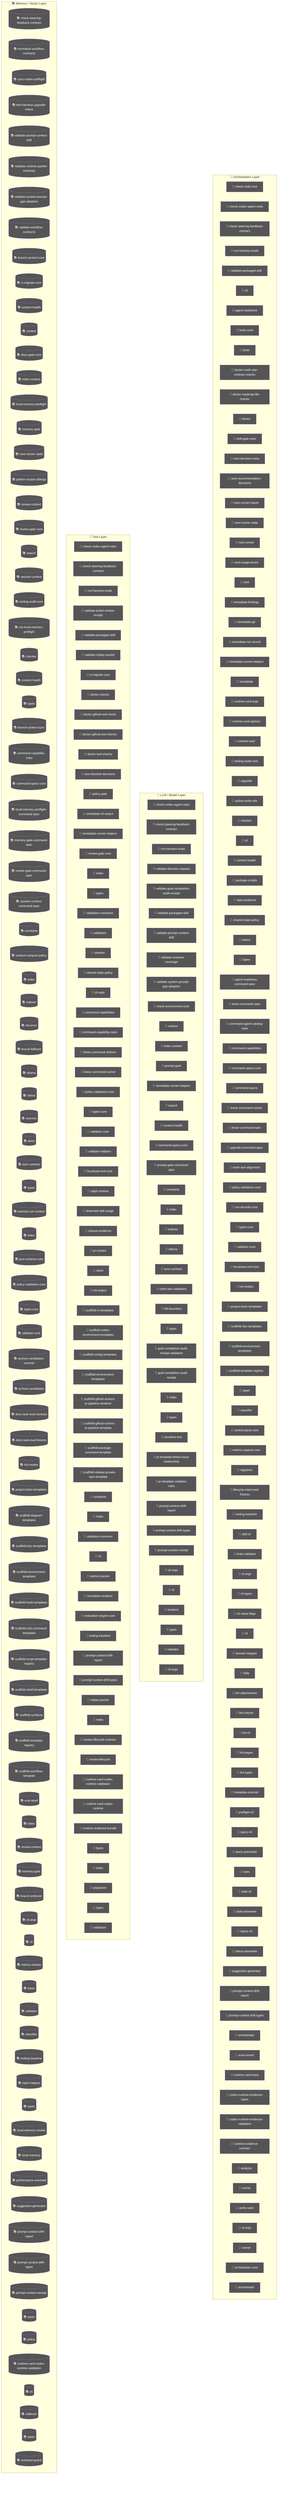
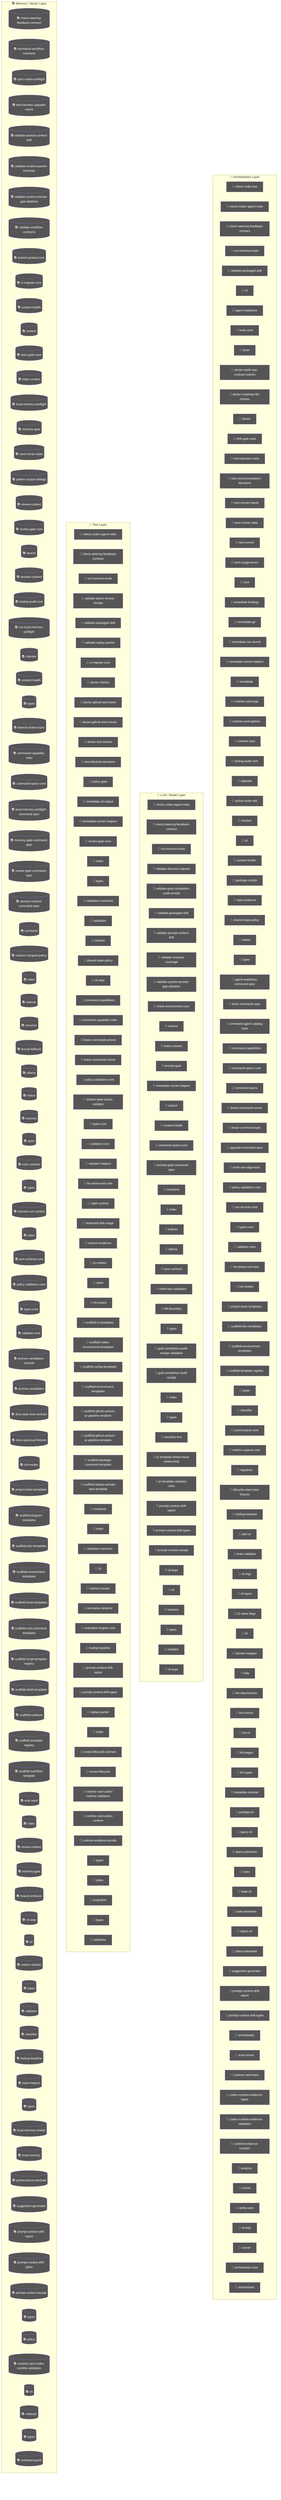
flowchart TD
  subgraph Orchestration["🎯 Orchestration Layer"]
    check_code_size_9c5efc3a["🤖 check-code-size"]
    node_agent_mmd_orchestration_layer_orchestration_chec_7a9f0b64["🤖 check-codex-agent-roles"]
    node_agent_mmd_orchestration_layer_orchestration_chec_7fd47f5c["🤖 check-steering-feedback-contract"]
    node_agent_mmd_orchestration_layer_orchestration_run__18817957["🤖 run-harness-evals"]
    node_agent_mmd_orchestration_layer_orchestration_vali_c01b04be["🤖 validate-packaged-skill"]
    cli_99bb8840["🤖 cli"]
    agent_readiness_c82c68e6["🤖 agent-readiness"]
    brain_core_aa07c380["🤖 brain-core"]
    brain_bbbf7a64["🤖 brain"]
    doctor_north_star_contract_checks_0048124c["🤖 doctor-north-star-contract-checks"]
    doctor_roadmap_file_checks_14447b8e["🤖 doctor-roadmap-file-checks"]
    doctor_72f4be89["🤖 doctor"]
    drift_gate_rules_9685e72d["🤖 drift-gate-rules"]
    next_decision_meta_c58bc91b["🤖 next-decision-meta"]
    next_recommendation_decisions_03315dd4["🤖 next-recommendation-decisions"]
    next_runner_inputs_754dba64["🤖 next-runner-inputs"]
    node_agent_mmd_orchestration_layer_orchestration_next_5393fba1["🤖 next-runner-state"]
    next_runner_41643472["🤖 next-runner"]
    next_usage_errors_837a345a["🤖 next-usage-errors"]
    next_c6c1c9a9["🤖 next"]
    remediate_findings_8b09c8c6["🤖 remediate-findings"]
    remediate_git_58c6f6f4["🤖 remediate-git"]
    remediate_run_record_9dfe5dc1["🤖 remediate-run-record"]
    node_agent_mmd_orchestration_layer_orchestration_reme_359fe98f["🤖 remediate-runner-helpers"]
    remediate_06b9c7fc["🤖 remediate"]
    runtime_card_args_2b3d4b28["🤖 runtime-card-args"]
    runtime_card_options_c9156ad5["🤖 runtime-card-options"]
    runtime_card_e06b53e1["🤖 runtime-card"]
    node_agent_mmd_orchestration_layer_orchestration_tool_acfe0c01["🤖 tooling-audit-core"]
    upgrade_7fef9479["🤖 upgrade"]
    active_route_refs_d7a46846["🤖 active-route-refs"]
    node_agent_mmd_orchestration_layer_orchestration_chec_0550c395["🤖 checker"]
    cli_1_084e05fe["🤖 cli"]
    node_agent_mmd_orchestration_layer_orchestration_cont_61b3b9c9["🤖 context-health"]
    package_scripts_3ee6150f["🤖 package-scripts"]
    repo_evidence_38bb1de5["🤖 repo-evidence"]
    node_agent_mmd_orchestration_layer_orchestration_shar_724ef5f0["🤖 shared-state-policy"]
    status_073c1634["🤖 status"]
    node_agent_mmd_orchestration_layer_orchestration_type_4f906dcc["🤖 types"]
    agent_readiness_command_spec_a30c2c1e["🤖 agent-readiness-command-spec"]
    brain_command_spec_15b122d5["🤖 brain-command-spec"]
    command_agent_catalog_rules_8e06b2af["🤖 command-agent-catalog-rules"]
    node_agent_mmd_orchestration_layer_orchestration_comm_6e41a7f7["🤖 command-capabilities"]
    node_agent_mmd_orchestration_layer_orchestration_comm_1f8cc24c["🤖 command-specs-core"]
    command_specs_69167c63["🤖 command-specs"]
    node_agent_mmd_orchestration_layer_orchestration_line_b67affd5["🤖 linear-command-runner"]
    linear_command_spec_1e12dd44["🤖 linear-command-spec"]
    upgrade_command_spec_03f6c7bd["🤖 upgrade-command-spec"]
    north_star_alignment_00440188["🤖 north-star-alignment"]
    node_agent_mmd_orchestration_layer_orchestration_poli_3270b55d["🤖 policy-validators-core"]
    run_records_core_89286dfa["🤖 run-records-core"]
    node_agent_mmd_orchestration_layer_orchestration_type_7cf81261["🤖 types-core"]
    node_agent_mmd_orchestration_layer_orchestration_vali_d9fe99e6["🤖 validator-core"]
    node_agent_mmd_orchestration_layer_orchestration_he_p_fc778c24["🤖 he-phase-exit-core"]
    node_agent_mmd_orchestration_layer_orchestration_init_2a9c3ecb["🤖 init-modes"]
    node_agent_mmd_orchestration_layer_orchestration_proj_6ab6f60f["🤖 project-brain-templates"]
    node_agent_mmd_orchestration_layer_orchestration_scaf_12cc07db["🤖 scaffold-doc-templates"]
    node_agent_mmd_orchestration_layer_orchestration_scaf_c9a90c2f["🤖 scaffold-environment-templates"]
    node_agent_mmd_orchestration_layer_orchestration_scaf_ff8f92f6["🤖 scaffold-template-registry"]
    types_16_0fae1112["🤖 types"]
    node_agent_mmd_orchestration_layer_orchestration_clas_899b821a["🤖 classifier"]
    control_plane_core_db3b4cb2["🤖 control-plane-core"]
    metrics_capture_core_db4bf7cf["🤖 metrics-capture-core"]
    registries_06402afa["🤖 registries"]
    lifecycle_intent_test_fixtures_a53c7ada["🤖 lifecycle-intent-test-fixtures"]
    node_agent_mmd_orchestration_layer_orchestration_tool_cc43149f["🤖 tooling-baseline"]
    add_cli_7614de25["🤖 add-cli"]
    brain_validator_be251832["🤖 brain-validator"]
    cli_args_8_d546936e["🤖 cli-args"]
    cli_types_1686e858["🤖 cli-types"]
    cli_value_flags_732a8e43["🤖 cli-value-flags"]
    cli_10_35dc8cbd["🤖 cli"]
    domain_mapper_cd9333d2["🤖 domain-mapper"]
    help_106a5842["🤖 help"]
    lint_attachments_873c0632["🤖 lint-attachments"]
    lint_checks_83522b19["🤖 lint-checks"]
    lint_cli_9ec62ec0["🤖 lint-cli"]
    lint_pages_e33301d0["🤖 lint-pages"]
    lint_types_2862c255["🤖 lint-types"]
    metadata_scanner_6a101b66["🤖 metadata-scanner"]
    preflight_cli_5d148379["🤖 preflight-cli"]
    query_cli_b95be64d["🤖 query-cli"]
    query_presenter_02e6077c["🤖 query-presenter"]
    rules_6c621d1a["🤖 rules"]
    stale_cli_64548720["🤖 stale-cli"]
    stale_presenter_1de4e3a2["🤖 stale-presenter"]
    status_cli_4c24a0d6["🤖 status-cli"]
    status_presenter_8de686c1["🤖 status-presenter"]
    node_agent_mmd_orchestration_layer_orchestration_sugg_85c5ebe3["🤖 suggestion-generator"]
    node_agent_mmd_orchestration_layer_orchestration_prom_d17b4de2["🤖 prompt-context-drift-report"]
    node_agent_mmd_orchestration_layer_orchestration_prom_77088997["🤖 prompt-context-drift-types"]
    orchestrator_11376b7e["🤖 orchestrator"]
    eval_runner_0966a6b3["🤖 eval-runner"]
    runtime_card_trace_64a5ca95["🤖 runtime-card-trace"]
    codex_runtime_evidence_types_f55808dd["🤖 codex-runtime-evidence-types"]
    codex_runtime_evidence_validation_d060a92d["🤖 codex-runtime-evidence-validation"]
    runtime_evidence_contract_0f7b15b2["🤖 runtime-evidence-contract"]
    analysis_f44e85c4["🤖 analysis"]
    runner_527aa9f4["🤖 runner"]
    verify_work_1_cd8e7ec3["🤖 verify-work"]
    cli_args_14_3481043e["🤖 cli-args"]
    runner_1_6f281bf8["🤖 runner"]
    orchestrator_core_d0678b53["🤖 orchestrator-core"]
    orchestrator_1_6b7137c5["🤖 orchestrator"]
  end
  subgraph LLMLayer["🧠 LLM / Model Layer"]
    node_agent_mmd_llm_model_layer_llmlayer_check_codex_a_29e7b7fa["💡 check-codex-agent-roles"]
    node_agent_mmd_llm_model_layer_llmlayer_check_steerin_0e1bf90d["💡 check-steering-feedback-contract"]
    node_agent_mmd_llm_model_layer_llmlayer_run_harness_e_603fcfdc["💡 run-harness-evals"]
    validate_decision_request_2e5c325e["💡 validate-decision-request"]
    validate_goal_completion_audit_receipt_100d252c["💡 validate-goal-completion-audit-receipt"]
    node_agent_mmd_llm_model_layer_llmlayer_validate_pack_2a12e1f4["💡 validate-packaged-skill"]
    node_agent_mmd_llm_model_layer_llmlayer_validate_prom_9880f764["💡 validate-prompt-context-drift"]
    validate_reviewer_coverage_251efee3["💡 validate-reviewer-coverage"]
    node_agent_mmd_llm_model_layer_llmlayer_validate_syst_5636156e["💡 validate-system-prompt-gap-adoption"]
    check_environment_core_2c16213f["💡 check-environment-core"]
    node_agent_mmd_llm_model_layer_llmlayer_context_conte_ad2dfbd9["💡 context"]
    node_agent_mmd_llm_model_layer_llmlayer_index_context_1041bd11["💡 index-context"]
    prompt_gate_c5e9d207["💡 prompt-gate"]
    node_agent_mmd_llm_model_layer_llmlayer_remediate_run_9e3d4585["💡 remediate-runner-helpers"]
    node_agent_mmd_llm_model_layer_llmlayer_search_search_66b9a911["💡 search"]
    node_agent_mmd_llm_model_layer_llmlayer_context_healt_cfc0bfa8["💡 context-health"]
    node_agent_mmd_llm_model_layer_llmlayer_command_specs_782af9fa["💡 command-specs-core"]
    prompt_gate_command_spec_9a941482["💡 prompt-gate-command-spec"]
    node_agent_mmd_llm_model_layer_llmlayer_constants_con_c9bd3f6c["💡 constants"]
    node_agent_mmd_llm_model_layer_llmlayer_index_index_1_02e160ff["💡 index"]
    node_agent_mmd_llm_model_layer_llmlayer_indexer_index_4f4deef5["💡 indexer"]
    node_agent_mmd_llm_model_layer_llmlayer_ollama_ollama_968b23fa["💡 ollama"]
    node_agent_mmd_llm_model_layer_llmlayer_sync_contract_9f3cc8c1["💡 sync-contract"]
    north_star_validators_cfc926ce["💡 north-star-validators"]
    hilt_boundary_9b36fb15["💡 hilt-boundary"]
    types_10_75e5a4a0["💡 types"]
    goal_completion_audit_receipt_validation_9d0f4891["💡 goal-completion-audit-receipt-validation"]
    goal_completion_audit_receipt_5e4939c3["💡 goal-completion-audit-receipt"]
    index_5_522f772a["💡 index"]
    node_agent_mmd_llm_model_layer_llmlayer_constants_con_c9bd3f6c["💡 constants"]
    types_17_ed30531c["💡 types"]
    sensitive_text_7c11f760["💡 sensitive-text"]
    pr_template_linked_issue_relationship_a7b61f2c["💡 pr-template-linked-issue-relationship"]
    pr_template_validator_rules_20a32d6b["💡 pr-template-validator-rules"]
    node_agent_mmd_llm_model_layer_llmlayer_index_index_1_02e160ff["💡 index"]
    node_agent_mmd_llm_model_layer_llmlayer_prompt_contex_81f9066a["💡 prompt-context-drift-report"]
    node_agent_mmd_llm_model_layer_llmlayer_prompt_contex_e5066b88["💡 prompt-context-drift-types"]
    node_agent_mmd_llm_model_layer_llmlayer_index_index_1_02e160ff["💡 index"]
    node_agent_mmd_llm_model_layer_llmlayer_prompt_contex_6426acc2["💡 prompt-context-receipt"]
    cli_args_9_9c136878["💡 cli-args"]
    cli_11_338a8415["💡 cli"]
    sections_4697ef32["💡 sections"]
    types_27_4d134744["💡 types"]
    validator_7_f836eb0e["💡 validator"]
    cli_args_10_861cdd3f["💡 cli-args"]
  end
  subgraph ToolLayer["🔧 Tool Layer"]
    node_agent_mmd_tool_layer_toollayer_check_codex_agent_4b361d5a["🔧 check-codex-agent-roles"]
    node_agent_mmd_tool_layer_toollayer_check_steering_fe_eafecf3a["🔧 check-steering-feedback-contract"]
    node_agent_mmd_tool_layer_toollayer_run_harness_evals_e2ee24f1["🔧 run-harness-evals"]
    validate_action_review_receipt_fa2f06c3["🔧 validate-action-review-receipt"]
    node_agent_mmd_tool_layer_toollayer_validate_packaged_2855c827["🔧 validate-packaged-skill"]
    validate_replay_packet_f309747e["🔧 validate-replay-packet"]
    node_agent_mmd_tool_layer_toollayer_ci_migrate_core_c_049f8460["🔧 ci-migrate-core"]
    doctor_checks_5a2eb2b9["🔧 doctor-checks"]
    doctor_github_tool_check_e0a938df["🔧 doctor-github-tool-check"]
    doctor_github_tool_checks_a53b0382["🔧 doctor-github-tool-checks"]
    doctor_tool_checks_4acac51a["🔧 doctor-tool-checks"]
    next_blocked_decisions_4140ad2b["🔧 next-blocked-decisions"]
    policy_gate_213f7313["🔧 policy-gate"]
    remediate_cli_output_cc165396["🔧 remediate-cli-output"]
    node_agent_mmd_tool_layer_toollayer_remediate_runner__c003b871["🔧 remediate-runner-helpers"]
    node_agent_mmd_tool_layer_toollayer_review_gate_core__7704598b["🔧 review-gate-core"]
    index_1bc04b52["🔧 index"]
    types_1_4ecdf56e["🔧 types"]
    validation_constants_e002a0f6["🔧 validation-constants"]
    validation_98c41dcd["🔧 validation"]
    node_agent_mmd_tool_layer_toollayer_checker_checker_2_453d593b["🔧 checker"]
    node_agent_mmd_tool_layer_toollayer_shared_state_poli_53734acd["🔧 shared-state-policy"]
    cli_args_1_6144b055["🔧 cli-args"]
    node_agent_mmd_tool_layer_toollayer_command_capabilit_7fe13db1["🔧 command-capabilities"]
    node_agent_mmd_tool_layer_toollayer_command_capabilit_e97a4615["🔧 command-capability-rules"]
    linear_command_actions_e430f4f4["🔧 linear-command-actions"]
    node_agent_mmd_tool_layer_toollayer_linear_command_ru_d6763748["🔧 linear-command-runner"]
    node_agent_mmd_tool_layer_toollayer_policy_validators_af136abf["🔧 policy-validators-core"]
+     shared_state_action_validator_e7b128cd["🔧 shared-state-action-validator"]
    node_agent_mmd_tool_layer_toollayer_types_core_types__6c8319b6["🔧 types-core"]
    node_agent_mmd_tool_layer_toollayer_validator_core_va_6ef6131f["🔧 validator-core"]
    validator_helpers_7b927667["🔧 validator-helpers"]
    node_agent_mmd_tool_layer_toollayer_he_phase_exit_cor_af016160["🔧 he-phase-exit-core"]
    ralph_runtime_73d63c0e["🔧 ralph-runtime"]
    observed_skill_usage_ed7d5930["🔧 observed-skill-usage"]
    closure_evidence_aaa31467["🔧 closure-evidence"]
    pr_creator_dc6b1ea4["🔧 pr-creator"]
    client_948fe603["🔧 client"]
    init_output_360dce91["🔧 init-output"]
    scaffold_ci_templates_2afd6392["🔧 scaffold-ci-templates"]
    scaffold_codex_environment_templates_334fbbed["🔧 scaffold-codex-environment-templates"]
    scaffold_config_templates_4b80ce53["🔧 scaffold-config-templates"]
    node_agent_mmd_tool_layer_toollayer_scaffold_environm_c1afc013["🔧 scaffold-environment-templates"]
    scaffold_github_actions_pr_pipeline_renderer_1ee18de5["🔧 scaffold-github-actions-pr-pipeline-renderer"]
    scaffold_github_actions_pr_pipeline_template_e2b85f62["🔧 scaffold-github-actions-pr-pipeline-template"]
    scaffold_package_command_template_80e32e83["🔧 scaffold-package-command-template"]
    scaffold_release_private_npm_template_075499f8["🔧 scaffold-release-private-npm-template"]
    node_agent_mmd_tool_layer_toollayer_constants_constan_9d71b829["🔧 constants"]
    index_9_32dd4d91["🔧 index"]
    validation_common_6161e48b["🔧 validation-common"]
    node_agent_mmd_tool_layer_toollayer_cli_cli_2_1_32d9eeaf["🔧 cli"]
    node_agent_mmd_tool_layer_toollayer_metrics_tracker_m_4c9237d8["🔧 metrics-tracker"]
    normalise_renderer_85f2e563["🔧 normalise-renderer"]
    evaluation_engine_core_e054fe49["🔧 evaluation-engine-core"]
    node_agent_mmd_tool_layer_toollayer_tooling_baseline__61e66e9f["🔧 tooling-baseline"]
    node_agent_mmd_tool_layer_toollayer_prompt_context_dr_a2772f2b["🔧 prompt-context-drift-report"]
    node_agent_mmd_tool_layer_toollayer_prompt_context_dr_bd82da46["🔧 prompt-context-drift-types"]
    replay_packet_a1293f88["🔧 replay-packet"]
    index_14_d982116c["🔧 index"]
    review_lifecycle_contract_e5447221["🔧 review-lifecycle-contract"]
    review_lifecycle_89afa64c["🔧 review-lifecycle"]
    node_agent_mmd_tool_layer_toollayer_runtime_card_code_3636ceac["🔧 runtime-card-codex-runtime-validation"]
    runtime_card_codex_runtime_0655e230["🔧 runtime-card-codex-runtime"]
    runtime_evidence_bundle_d471a232["🔧 runtime-evidence-bundle"]
    types_36_674380ec["🔧 types"]
    index_17_642943a2["🔧 index"]
    projection_1b250ea1["🔧 projection"]
    types_38_e8efcd57["🔧 types"]
    validation_7_c4e6d8b6["🔧 validation"]
  end
  subgraph MemoryLayer["📚 Memory / Vector Layer"]
    node_agent_mmd_memory_vector_layer_memorylayer_check__64c86928[("📚 check-steering-feedback-contract")]
    normalize_workflow_contracts_8701f1c8[("📚 normalize-workflow-contracts")]
    sync_codex_preflight_7e7a8dc2[("📚 sync-codex-preflight")]
    test_harness_upgrade_matrix_84113c4e[("📚 test-harness-upgrade-matrix")]
    node_agent_mmd_memory_vector_layer_memorylayer_valida_c52c4db8[("📚 validate-prompt-context-drift")]
    validate_runtime_packet_schemas_bc3ba8ec[("📚 validate-runtime-packet-schemas")]
    node_agent_mmd_memory_vector_layer_memorylayer_valida_db599a97[("📚 validate-system-prompt-gap-adoption")]
    validate_workflow_contracts_33dc063c[("📚 validate-workflow-contracts")]
    branch_protect_core_a8feb0fd[("📚 branch-protect-core")]
    node_agent_mmd_memory_vector_layer_memorylayer_ci_mig_0cd5b1a4[("📚 ci-migrate-core")]
    context_health_80bb7da9[("📚 context-health")]
    node_agent_mmd_memory_vector_layer_memorylayer_contex_78ceaaa9[("📚 context")]
    docs_gate_core_eb9b6c18[("📚 docs-gate-core")]
    node_agent_mmd_memory_vector_layer_memorylayer_index__6f3402d0[("📚 index-context")]
    local_memory_preflight_dcc36c42[("📚 local-memory-preflight")]
    memory_gate_a577a506[("📚 memory-gate")]
    node_agent_mmd_memory_vector_layer_memorylayer_next_r_7feb80cc[("📚 next-runner-state")]
    pattern_scope_siblings_43abe000[("📚 pattern-scope-siblings")]
    review_context_ca6cf81d[("📚 review-context")]
    node_agent_mmd_memory_vector_layer_memorylayer_review_5bee9816[("📚 review-gate-core")]
    node_agent_mmd_memory_vector_layer_memorylayer_search_ac35cb7e[("📚 search")]
    session_context_e5ec72c0[("📚 session-context")]
    node_agent_mmd_memory_vector_layer_memorylayer_toolin_a1185b8f[("📚 tooling-audit-core")]
    run_local_memory_preflight_36e92808[("📚 run-local-memory-preflight")]
    node_agent_mmd_memory_vector_layer_memorylayer_checke_a583eb4f[("📚 checker")]
    node_agent_mmd_memory_vector_layer_memorylayer_contex_3204aa0e[("📚 context-health")]
    node_agent_mmd_memory_vector_layer_memorylayer_types__9ad640a0[("📚 types")]
    branch_protect_sync_570adb18[("📚 branch-protect-sync")]
    node_agent_mmd_memory_vector_layer_memorylayer_comman_c72a5d05[("📚 command-capability-rules")]
    node_agent_mmd_memory_vector_layer_memorylayer_comman_111eb454[("📚 command-specs-core")]
    local_memory_preflight_command_spec_9e23f3ce[("📚 local-memory-preflight-command-spec")]
    memory_gate_command_spec_dc9001a9[("📚 memory-gate-command-spec")]
    review_gate_command_spec_3187376a[("📚 review-gate-command-spec")]
    session_context_command_spec_973afbb1[("📚 session-context-command-spec")]
    node_agent_mmd_memory_vector_layer_memorylayer_consta_702d3f46[("📚 constants")]
    context_compact_policy_3dcaf95d[("📚 context-compact-policy")]
    node_agent_mmd_memory_vector_layer_memorylayer_index__752bc61e[("📚 index")]
    node_agent_mmd_memory_vector_layer_memorylayer_indexe_93e6d86f[("📚 indexer")]
    init_error_5c7dd49f[("📚 init-error")]
    lexical_fallback_723e2b3e[("📚 lexical-fallback")]
    node_agent_mmd_memory_vector_layer_memorylayer_ollama_6d51be16[("📚 ollama")]
    rollout_a4fa034c[("📚 rollout")]
    sources_878a52fc[("📚 sources")]
    store_824d80d7[("📚 store")]
    node_agent_mmd_memory_vector_layer_memorylayer_sync_c_e43418bc[("📚 sync-contract")]
    types_8_f6283648[("📚 types")]
    harness_run_context_ac7c77a9[("📚 harness-run-context")]
    index_4_013aa0e3[("📚 index")]
    json_schema_core_96d7e328[("📚 json-schema-core")]
    node_agent_mmd_memory_vector_layer_memorylayer_policy_1944de42[("📚 policy-validators-core")]
    node_agent_mmd_memory_vector_layer_memorylayer_types__83f369fa[("📚 types-core")]
    node_agent_mmd_memory_vector_layer_memorylayer_valida_41034356[("📚 validator-core")]
    archive_candidates_scanner_d0931789[("📚 archive-candidates-scanner")]
    archive_candidates_dc0e40e1[("📚 archive-candidates")]
    docs_task_eval_contract_79347457[("📚 docs-task-eval-contract")]
    docs_task_eval_fixtures_44902755[("📚 docs-task-eval-fixtures")]
    node_agent_mmd_memory_vector_layer_memorylayer_init_m_333d02c5[("📚 init-modes")]
    node_agent_mmd_memory_vector_layer_memorylayer_projec_3ae304d9[("📚 project-brain-templates")]
    scaffold_diagram_templates_dd88e83c[("📚 scaffold-diagram-templates")]
    node_agent_mmd_memory_vector_layer_memorylayer_scaffo_5fd73b94[("📚 scaffold-doc-templates")]
    node_agent_mmd_memory_vector_layer_memorylayer_scaffo_12b42341[("📚 scaffold-environment-templates")]
    scaffold_hook_templates_8c74ab50[("📚 scaffold-hook-templates")]
    scaffold_root_command_templates_404fed7f[("📚 scaffold-root-command-templates")]
    scaffold_script_template_registry_69312d4e[("📚 scaffold-script-template-registry")]
    scaffold_shell_templates_0ad0f915[("📚 scaffold-shell-templates")]
    scaffold_surfaces_12d6494e[("📚 scaffold-surfaces")]
    node_agent_mmd_memory_vector_layer_memorylayer_scaffo_a86eece1[("📚 scaffold-template-registry")]
    scaffold_workflow_template_92310587[("📚 scaffold-workflow-template")]
    eval_seed_5699fd3e[("📚 eval-seed")]
    index_10_f6785a46[("📚 index")]
    review_context_1_e3afed15[("📚 review-context")]
    memory_gate_1_265164ac[("📚 memory-gate")]
    branch_enforcer_acb749cd[("📚 branch-enforcer")]
    cli_args_5_09ea29f0[("📚 cli-args")]
    node_agent_mmd_memory_vector_layer_memorylayer_cli_cl_1f1f89ab[("📚 cli")]
    node_agent_mmd_memory_vector_layer_memorylayer_metric_12562178[("📚 metrics-tracker")]
    types_19_eb4ad5f0[("📚 types")]
    validator_5_b19ac2be[("📚 validator")]
    node_agent_mmd_memory_vector_layer_memorylayer_classi_1ebbf5ff[("📚 classifier")]
    node_agent_mmd_memory_vector_layer_memorylayer_toolin_14f86b00[("📚 tooling-baseline")]
    claim_helpers_20dc8387[("📚 claim-helpers")]
    types_24_c63dc1a7[("📚 types")]
    local_memory_smoke_1175abfc[("📚 local-memory-smoke")]
    local_memory_0db17ecc[("📚 local-memory")]
    performance_overload_c685bfcf[("📚 performance-overload")]
    node_agent_mmd_memory_vector_layer_memorylayer_sugges_267f408d[("📚 suggestion-generator")]
    node_agent_mmd_memory_vector_layer_memorylayer_index__752bc61e[("📚 index")]
    node_agent_mmd_memory_vector_layer_memorylayer_prompt_ae34fc43[("📚 prompt-context-drift-report")]
    node_agent_mmd_memory_vector_layer_memorylayer_prompt_efd77624[("📚 prompt-context-drift-types")]
    node_agent_mmd_memory_vector_layer_memorylayer_index__752bc61e[("📚 index")]
    node_agent_mmd_memory_vector_layer_memorylayer_prompt_55c0d605[("📚 prompt-context-receipt")]
    types_31_eb363e20[("📚 types")]
    policy_1_fc4198db[("📚 policy")]
    node_agent_mmd_memory_vector_layer_memorylayer_runtim_a5d23e7f[("📚 runtime-card-codex-runtime-validation")]
    cli_12_01c06c37[("📚 cli")]
    collector_0736fd5b[("📚 collector")]
    types_34_85e6a0bb[("📚 types")]
    overload_guard_2748c559[("📚 overload-guard")]
  end
  classDef agentNode fill:#555,color:#fff
  class check_code_size_9c5efc3a,node_agent_mmd_orchestration_layer_orchestration_chec_7a9f0b64,node_agent_mmd_llm_model_layer_llmlayer_check_codex_a_29e7b7fa,node_agent_mmd_tool_layer_toollayer_check_codex_agent_4b361d5a,node_agent_mmd_orchestration_layer_orchestration_chec_7fd47f5c,node_agent_mmd_llm_model_layer_llmlayer_check_steerin_0e1bf90d,node_agent_mmd_tool_layer_toollayer_check_steering_fe_eafecf3a,node_agent_mmd_memory_vector_layer_memorylayer_check__64c86928,node_agent_mmd_orchestration_layer_orchestration_run__18817957,node_agent_mmd_llm_model_layer_llmlayer_run_harness_e_603fcfdc,node_agent_mmd_tool_layer_toollayer_run_harness_evals_e2ee24f1,node_agent_mmd_orchestration_layer_orchestration_vali_c01b04be,node_agent_mmd_llm_model_layer_llmlayer_validate_pack_2a12e1f4,node_agent_mmd_tool_layer_toollayer_validate_packaged_2855c827,cli_99bb8840,agent_readiness_c82c68e6,brain_core_aa07c380,brain_bbbf7a64,doctor_north_star_contract_checks_0048124c,doctor_roadmap_file_checks_14447b8e,doctor_72f4be89,drift_gate_rules_9685e72d,next_decision_meta_c58bc91b,next_recommendation_decisions_03315dd4,next_runner_inputs_754dba64,node_agent_mmd_orchestration_layer_orchestration_next_5393fba1,node_agent_mmd_memory_vector_layer_memorylayer_next_r_7feb80cc,next_runner_41643472,next_usage_errors_837a345a,next_c6c1c9a9,remediate_findings_8b09c8c6,remediate_git_58c6f6f4,remediate_run_record_9dfe5dc1,node_agent_mmd_orchestration_layer_orchestration_reme_359fe98f,node_agent_mmd_llm_model_layer_llmlayer_remediate_run_9e3d4585,node_agent_mmd_tool_layer_toollayer_remediate_runner__c003b871,remediate_06b9c7fc,runtime_card_args_2b3d4b28,runtime_card_options_c9156ad5,runtime_card_e06b53e1,node_agent_mmd_orchestration_layer_orchestration_tool_acfe0c01,node_agent_mmd_memory_vector_layer_memorylayer_toolin_a1185b8f,upgrade_7fef9479,active_route_refs_d7a46846,node_agent_mmd_orchestration_layer_orchestration_chec_0550c395,node_agent_mmd_tool_layer_toollayer_checker_checker_2_453d593b,node_agent_mmd_memory_vector_layer_memorylayer_checke_a583eb4f,cli_1_084e05fe,node_agent_mmd_orchestration_layer_orchestration_cont_61b3b9c9,node_agent_mmd_llm_model_layer_llmlayer_context_healt_cfc0bfa8,node_agent_mmd_memory_vector_layer_memorylayer_contex_3204aa0e,package_scripts_3ee6150f,repo_evidence_38bb1de5,node_agent_mmd_orchestration_layer_orchestration_shar_724ef5f0,node_agent_mmd_tool_layer_toollayer_shared_state_poli_53734acd,status_073c1634,node_agent_mmd_orchestration_layer_orchestration_type_4f906dcc,node_agent_mmd_memory_vector_layer_memorylayer_types__9ad640a0,agent_readiness_command_spec_a30c2c1e,brain_command_spec_15b122d5,command_agent_catalog_rules_8e06b2af,node_agent_mmd_orchestration_layer_orchestration_comm_6e41a7f7,node_agent_mmd_tool_layer_toollayer_command_capabilit_7fe13db1,node_agent_mmd_orchestration_layer_orchestration_comm_1f8cc24c,node_agent_mmd_llm_model_layer_llmlayer_command_specs_782af9fa,node_agent_mmd_memory_vector_layer_memorylayer_comman_111eb454,command_specs_69167c63,node_agent_mmd_orchestration_layer_orchestration_line_b67affd5,node_agent_mmd_tool_layer_toollayer_linear_command_ru_d6763748,linear_command_spec_1e12dd44,upgrade_command_spec_03f6c7bd,north_star_alignment_00440188,node_agent_mmd_orchestration_layer_orchestration_poli_3270b55d,node_agent_mmd_tool_layer_toollayer_policy_validators_af136abf,node_agent_mmd_memory_vector_layer_memorylayer_policy_1944de42,run_records_core_89286dfa,node_agent_mmd_orchestration_layer_orchestration_type_7cf81261,node_agent_mmd_tool_layer_toollayer_types_core_types__6c8319b6,node_agent_mmd_memory_vector_layer_memorylayer_types__83f369fa,node_agent_mmd_orchestration_layer_orchestration_vali_d9fe99e6,node_agent_mmd_tool_layer_toollayer_validator_core_va_6ef6131f,node_agent_mmd_memory_vector_layer_memorylayer_valida_41034356,node_agent_mmd_orchestration_layer_orchestration_he_p_fc778c24,node_agent_mmd_tool_layer_toollayer_he_phase_exit_cor_af016160,node_agent_mmd_orchestration_layer_orchestration_init_2a9c3ecb,node_agent_mmd_memory_vector_layer_memorylayer_init_m_333d02c5,node_agent_mmd_orchestration_layer_orchestration_proj_6ab6f60f,node_agent_mmd_memory_vector_layer_memorylayer_projec_3ae304d9,node_agent_mmd_orchestration_layer_orchestration_scaf_12cc07db,node_agent_mmd_memory_vector_layer_memorylayer_scaffo_5fd73b94,node_agent_mmd_orchestration_layer_orchestration_scaf_c9a90c2f,node_agent_mmd_tool_layer_toollayer_scaffold_environm_c1afc013,node_agent_mmd_memory_vector_layer_memorylayer_scaffo_12b42341,node_agent_mmd_orchestration_layer_orchestration_scaf_ff8f92f6,node_agent_mmd_memory_vector_layer_memorylayer_scaffo_a86eece1,types_16_0fae1112,node_agent_mmd_orchestration_layer_orchestration_clas_899b821a,node_agent_mmd_memory_vector_layer_memorylayer_classi_1ebbf5ff,control_plane_core_db3b4cb2,metrics_capture_core_db4bf7cf,registries_06402afa,lifecycle_intent_test_fixtures_a53c7ada,node_agent_mmd_orchestration_layer_orchestration_tool_cc43149f,node_agent_mmd_tool_layer_toollayer_tooling_baseline__61e66e9f,node_agent_mmd_memory_vector_layer_memorylayer_toolin_14f86b00,add_cli_7614de25,brain_validator_be251832,cli_args_8_d546936e,cli_types_1686e858,cli_value_flags_732a8e43,cli_10_35dc8cbd,domain_mapper_cd9333d2,help_106a5842,lint_attachments_873c0632,lint_checks_83522b19,lint_cli_9ec62ec0,lint_pages_e33301d0,lint_types_2862c255,metadata_scanner_6a101b66,preflight_cli_5d148379,query_cli_b95be64d,query_presenter_02e6077c,rules_6c621d1a,stale_cli_64548720,stale_presenter_1de4e3a2,status_cli_4c24a0d6,status_presenter_8de686c1,node_agent_mmd_orchestration_layer_orchestration_sugg_85c5ebe3,node_agent_mmd_memory_vector_layer_memorylayer_sugges_267f408d,node_agent_mmd_orchestration_layer_orchestration_prom_d17b4de2,node_agent_mmd_llm_model_layer_llmlayer_prompt_contex_81f9066a,node_agent_mmd_tool_layer_toollayer_prompt_context_dr_a2772f2b,node_agent_mmd_memory_vector_layer_memorylayer_prompt_ae34fc43,node_agent_mmd_orchestration_layer_orchestration_prom_77088997,node_agent_mmd_llm_model_layer_llmlayer_prompt_contex_e5066b88,node_agent_mmd_tool_layer_toollayer_prompt_context_dr_bd82da46,node_agent_mmd_memory_vector_layer_memorylayer_prompt_efd77624,orchestrator_11376b7e,eval_runner_0966a6b3,runtime_card_trace_64a5ca95,codex_runtime_evidence_types_f55808dd,codex_runtime_evidence_validation_d060a92d,runtime_evidence_contract_0f7b15b2,analysis_f44e85c4,runner_527aa9f4,verify_work_1_cd8e7ec3,cli_args_14_3481043e,runner_1_6f281bf8,orchestrator_core_d0678b53,orchestrator_1_6b7137c5 agentNode
  classDef llmNode fill:#555,color:#fff
  class node_agent_mmd_orchestration_layer_orchestration_chec_7a9f0b64,node_agent_mmd_llm_model_layer_llmlayer_check_codex_a_29e7b7fa,node_agent_mmd_tool_layer_toollayer_check_codex_agent_4b361d5a,node_agent_mmd_orchestration_layer_orchestration_chec_7fd47f5c,node_agent_mmd_llm_model_layer_llmlayer_check_steerin_0e1bf90d,node_agent_mmd_tool_layer_toollayer_check_steering_fe_eafecf3a,node_agent_mmd_memory_vector_layer_memorylayer_check__64c86928,node_agent_mmd_orchestration_layer_orchestration_run__18817957,node_agent_mmd_llm_model_layer_llmlayer_run_harness_e_603fcfdc,node_agent_mmd_tool_layer_toollayer_run_harness_evals_e2ee24f1,validate_decision_request_2e5c325e,validate_goal_completion_audit_receipt_100d252c,node_agent_mmd_orchestration_layer_orchestration_vali_c01b04be,node_agent_mmd_llm_model_layer_llmlayer_validate_pack_2a12e1f4,node_agent_mmd_tool_layer_toollayer_validate_packaged_2855c827,node_agent_mmd_llm_model_layer_llmlayer_validate_prom_9880f764,node_agent_mmd_memory_vector_layer_memorylayer_valida_c52c4db8,validate_reviewer_coverage_251efee3,node_agent_mmd_llm_model_layer_llmlayer_validate_syst_5636156e,node_agent_mmd_memory_vector_layer_memorylayer_valida_db599a97,check_environment_core_2c16213f,node_agent_mmd_llm_model_layer_llmlayer_context_conte_ad2dfbd9,node_agent_mmd_memory_vector_layer_memorylayer_contex_78ceaaa9,node_agent_mmd_llm_model_layer_llmlayer_index_context_1041bd11,node_agent_mmd_memory_vector_layer_memorylayer_index__6f3402d0,prompt_gate_c5e9d207,node_agent_mmd_orchestration_layer_orchestration_reme_359fe98f,node_agent_mmd_llm_model_layer_llmlayer_remediate_run_9e3d4585,node_agent_mmd_tool_layer_toollayer_remediate_runner__c003b871,node_agent_mmd_llm_model_layer_llmlayer_search_search_66b9a911,node_agent_mmd_memory_vector_layer_memorylayer_search_ac35cb7e,node_agent_mmd_orchestration_layer_orchestration_cont_61b3b9c9,node_agent_mmd_llm_model_layer_llmlayer_context_healt_cfc0bfa8,node_agent_mmd_memory_vector_layer_memorylayer_contex_3204aa0e,node_agent_mmd_orchestration_layer_orchestration_comm_1f8cc24c,node_agent_mmd_llm_model_layer_llmlayer_command_specs_782af9fa,node_agent_mmd_memory_vector_layer_memorylayer_comman_111eb454,prompt_gate_command_spec_9a941482,node_agent_mmd_llm_model_layer_llmlayer_constants_con_c9bd3f6c,node_agent_mmd_memory_vector_layer_memorylayer_consta_702d3f46,node_agent_mmd_llm_model_layer_llmlayer_index_index_1_02e160ff,node_agent_mmd_memory_vector_layer_memorylayer_index__752bc61e,node_agent_mmd_llm_model_layer_llmlayer_indexer_index_4f4deef5,node_agent_mmd_memory_vector_layer_memorylayer_indexe_93e6d86f,node_agent_mmd_llm_model_layer_llmlayer_ollama_ollama_968b23fa,node_agent_mmd_memory_vector_layer_memorylayer_ollama_6d51be16,node_agent_mmd_llm_model_layer_llmlayer_sync_contract_9f3cc8c1,node_agent_mmd_memory_vector_layer_memorylayer_sync_c_e43418bc,north_star_validators_cfc926ce,hilt_boundary_9b36fb15,types_10_75e5a4a0,goal_completion_audit_receipt_validation_9d0f4891,goal_completion_audit_receipt_5e4939c3,index_5_522f772a,node_agent_mmd_tool_layer_toollayer_constants_constan_9d71b829,types_17_ed30531c,sensitive_text_7c11f760,pr_template_linked_issue_relationship_a7b61f2c,pr_template_validator_rules_20a32d6b,node_agent_mmd_orchestration_layer_orchestration_prom_d17b4de2,node_agent_mmd_llm_model_layer_llmlayer_prompt_contex_81f9066a,node_agent_mmd_tool_layer_toollayer_prompt_context_dr_a2772f2b,node_agent_mmd_memory_vector_layer_memorylayer_prompt_ae34fc43,node_agent_mmd_orchestration_layer_orchestration_prom_77088997,node_agent_mmd_llm_model_layer_llmlayer_prompt_contex_e5066b88,node_agent_mmd_tool_layer_toollayer_prompt_context_dr_bd82da46,node_agent_mmd_memory_vector_layer_memorylayer_prompt_efd77624,node_agent_mmd_llm_model_layer_llmlayer_prompt_contex_6426acc2,node_agent_mmd_memory_vector_layer_memorylayer_prompt_55c0d605,cli_args_9_9c136878,cli_11_338a8415,sections_4697ef32,types_27_4d134744,validator_7_f836eb0e,cli_args_10_861cdd3f llmNode
  classDef toolNode fill:#555,color:#fff
-   class node_agent_mmd_orchestration_layer_orchestration_chec_7a9f0b64,node_agent_mmd_llm_model_layer_llmlayer_check_codex_a_29e7b7fa,node_agent_mmd_tool_layer_toollayer_check_codex_agent_4b361d5a,node_agent_mmd_orchestration_layer_orchestration_chec_7fd47f5c,node_agent_mmd_llm_model_layer_llmlayer_check_steerin_0e1bf90d,node_agent_mmd_tool_layer_toollayer_check_steering_fe_eafecf3a,node_agent_mmd_memory_vector_layer_memorylayer_check__64c86928,node_agent_mmd_orchestration_layer_orchestration_run__18817957,node_agent_mmd_llm_model_layer_llmlayer_run_harness_e_603fcfdc,node_agent_mmd_tool_layer_toollayer_run_harness_evals_e2ee24f1,validate_action_review_receipt_fa2f06c3,node_agent_mmd_orchestration_layer_orchestration_vali_c01b04be,node_agent_mmd_llm_model_layer_llmlayer_validate_pack_2a12e1f4,node_agent_mmd_tool_layer_toollayer_validate_packaged_2855c827,validate_replay_packet_f309747e,node_agent_mmd_tool_layer_toollayer_ci_migrate_core_c_049f8460,node_agent_mmd_memory_vector_layer_memorylayer_ci_mig_0cd5b1a4,doctor_checks_5a2eb2b9,doctor_github_tool_check_e0a938df,doctor_github_tool_checks_a53b0382,doctor_tool_checks_4acac51a,next_blocked_decisions_4140ad2b,policy_gate_213f7313,remediate_cli_output_cc165396,node_agent_mmd_orchestration_layer_orchestration_reme_359fe98f,node_agent_mmd_llm_model_layer_llmlayer_remediate_run_9e3d4585,node_agent_mmd_tool_layer_toollayer_remediate_runner__c003b871,node_agent_mmd_tool_layer_toollayer_review_gate_core__7704598b,node_agent_mmd_memory_vector_layer_memorylayer_review_5bee9816,index_1bc04b52,types_1_4ecdf56e,validation_constants_e002a0f6,validation_98c41dcd,node_agent_mmd_orchestration_layer_orchestration_chec_0550c395,node_agent_mmd_tool_layer_toollayer_checker_checker_2_453d593b,node_agent_mmd_memory_vector_layer_memorylayer_checke_a583eb4f,node_agent_mmd_orchestration_layer_orchestration_shar_724ef5f0,node_agent_mmd_tool_layer_toollayer_shared_state_poli_53734acd,cli_args_1_6144b055,node_agent_mmd_orchestration_layer_orchestration_comm_6e41a7f7,node_agent_mmd_tool_layer_toollayer_command_capabilit_7fe13db1,node_agent_mmd_tool_layer_toollayer_command_capabilit_e97a4615,node_agent_mmd_memory_vector_layer_memorylayer_comman_c72a5d05,linear_command_actions_e430f4f4,node_agent_mmd_orchestration_layer_orchestration_line_b67affd5,node_agent_mmd_tool_layer_toollayer_linear_command_ru_d6763748,node_agent_mmd_orchestration_layer_orchestration_poli_3270b55d,node_agent_mmd_tool_layer_toollayer_policy_validators_af136abf,node_agent_mmd_memory_vector_layer_memorylayer_policy_1944de42,node_agent_mmd_orchestration_layer_orchestration_type_7cf81261,node_agent_mmd_tool_layer_toollayer_types_core_types__6c8319b6,node_agent_mmd_memory_vector_layer_memorylayer_types__83f369fa,node_agent_mmd_orchestration_layer_orchestration_vali_d9fe99e6,node_agent_mmd_tool_layer_toollayer_validator_core_va_6ef6131f,node_agent_mmd_memory_vector_layer_memorylayer_valida_41034356,validator_helpers_7b927667,node_agent_mmd_orchestration_layer_orchestration_he_p_fc778c24,node_agent_mmd_tool_layer_toollayer_he_phase_exit_cor_af016160,ralph_runtime_73d63c0e,observed_skill_usage_ed7d5930,closure_evidence_aaa31467,pr_creator_dc6b1ea4,client_948fe603,init_output_360dce91,scaffold_ci_templates_2afd6392,scaffold_codex_environment_templates_334fbbed,scaffold_config_templates_4b80ce53,node_agent_mmd_orchestration_layer_orchestration_scaf_c9a90c2f,node_agent_mmd_tool_layer_toollayer_scaffold_environm_c1afc013,node_agent_mmd_memory_vector_layer_memorylayer_scaffo_12b42341,scaffold_github_actions_pr_pipeline_renderer_1ee18de5,scaffold_github_actions_pr_pipeline_template_e2b85f62,scaffold_package_command_template_80e32e83,scaffold_release_private_npm_template_075499f8,node_agent_mmd_llm_model_layer_llmlayer_constants_con_c9bd3f6c,node_agent_mmd_tool_layer_toollayer_constants_constan_9d71b829,index_9_32dd4d91,validation_common_6161e48b,node_agent_mmd_tool_layer_toollayer_cli_cli_2_1_32d9eeaf,node_agent_mmd_memory_vector_layer_memorylayer_cli_cl_1f1f89ab,node_agent_mmd_tool_layer_toollayer_metrics_tracker_m_4c9237d8,node_agent_mmd_memory_vector_layer_memorylayer_metric_12562178,normalise_renderer_85f2e563,evaluation_engine_core_e054fe49,node_agent_mmd_orchestration_layer_orchestration_tool_cc43149f,node_agent_mmd_tool_layer_toollayer_tooling_baseline__61e66e9f,node_agent_mmd_memory_vector_layer_memorylayer_toolin_14f86b00,node_agent_mmd_orchestration_layer_orchestration_prom_d17b4de2,node_agent_mmd_llm_model_layer_llmlayer_prompt_contex_81f9066a,node_agent_mmd_tool_layer_toollayer_prompt_context_dr_a2772f2b,node_agent_mmd_memory_vector_layer_memorylayer_prompt_ae34fc43,node_agent_mmd_orchestration_layer_orchestration_prom_77088997,node_agent_mmd_llm_model_layer_llmlayer_prompt_contex_e5066b88,node_agent_mmd_tool_layer_toollayer_prompt_context_dr_bd82da46,node_agent_mmd_memory_vector_layer_memorylayer_prompt_efd77624,replay_packet_a1293f88,index_14_d982116c,review_lifecycle_contract_e5447221,review_lifecycle_89afa64c,node_agent_mmd_tool_layer_toollayer_runtime_card_code_3636ceac,node_agent_mmd_memory_vector_layer_memorylayer_runtim_a5d23e7f,runtime_card_codex_runtime_0655e230,runtime_evidence_bundle_d471a232,types_36_674380ec,index_17_642943a2,projection_1b250ea1,types_38_e8efcd57,validation_7_c4e6d8b6 toolNode
+   class node_agent_mmd_orchestration_layer_orchestration_chec_7a9f0b64,node_agent_mmd_llm_model_layer_llmlayer_check_codex_a_29e7b7fa,node_agent_mmd_tool_layer_toollayer_check_codex_agent_4b361d5a,node_agent_mmd_orchestration_layer_orchestration_chec_7fd47f5c,node_agent_mmd_llm_model_layer_llmlayer_check_steerin_0e1bf90d,node_agent_mmd_tool_layer_toollayer_check_steering_fe_eafecf3a,node_agent_mmd_memory_vector_layer_memorylayer_check__64c86928,node_agent_mmd_orchestration_layer_orchestration_run__18817957,node_agent_mmd_llm_model_layer_llmlayer_run_harness_e_603fcfdc,node_agent_mmd_tool_layer_toollayer_run_harness_evals_e2ee24f1,validate_action_review_receipt_fa2f06c3,node_agent_mmd_orchestration_layer_orchestration_vali_c01b04be,node_agent_mmd_llm_model_layer_llmlayer_validate_pack_2a12e1f4,node_agent_mmd_tool_layer_toollayer_validate_packaged_2855c827,validate_replay_packet_f309747e,node_agent_mmd_tool_layer_toollayer_ci_migrate_core_c_049f8460,node_agent_mmd_memory_vector_layer_memorylayer_ci_mig_0cd5b1a4,doctor_checks_5a2eb2b9,doctor_github_tool_check_e0a938df,doctor_github_tool_checks_a53b0382,doctor_tool_checks_4acac51a,next_blocked_decisions_4140ad2b,policy_gate_213f7313,remediate_cli_output_cc165396,node_agent_mmd_orchestration_layer_orchestration_reme_359fe98f,node_agent_mmd_llm_model_layer_llmlayer_remediate_run_9e3d4585,node_agent_mmd_tool_layer_toollayer_remediate_runner__c003b871,node_agent_mmd_tool_layer_toollayer_review_gate_core__7704598b,node_agent_mmd_memory_vector_layer_memorylayer_review_5bee9816,index_1bc04b52,types_1_4ecdf56e,validation_constants_e002a0f6,validation_98c41dcd,node_agent_mmd_orchestration_layer_orchestration_chec_0550c395,node_agent_mmd_tool_layer_toollayer_checker_checker_2_453d593b,node_agent_mmd_memory_vector_layer_memorylayer_checke_a583eb4f,node_agent_mmd_orchestration_layer_orchestration_shar_724ef5f0,node_agent_mmd_tool_layer_toollayer_shared_state_poli_53734acd,cli_args_1_6144b055,node_agent_mmd_orchestration_layer_orchestration_comm_6e41a7f7,node_agent_mmd_tool_layer_toollayer_command_capabilit_7fe13db1,node_agent_mmd_tool_layer_toollayer_command_capabilit_e97a4615,node_agent_mmd_memory_vector_layer_memorylayer_comman_c72a5d05,linear_command_actions_e430f4f4,node_agent_mmd_orchestration_layer_orchestration_line_b67affd5,node_agent_mmd_tool_layer_toollayer_linear_command_ru_d6763748,node_agent_mmd_orchestration_layer_orchestration_poli_3270b55d,node_agent_mmd_tool_layer_toollayer_policy_validators_af136abf,node_agent_mmd_memory_vector_layer_memorylayer_policy_1944de42,shared_state_action_validator_e7b128cd,node_agent_mmd_orchestration_layer_orchestration_type_7cf81261,node_agent_mmd_tool_layer_toollayer_types_core_types__6c8319b6,node_agent_mmd_memory_vector_layer_memorylayer_types__83f369fa,node_agent_mmd_orchestration_layer_orchestration_vali_d9fe99e6,node_agent_mmd_tool_layer_toollayer_validator_core_va_6ef6131f,node_agent_mmd_memory_vector_layer_memorylayer_valida_41034356,validator_helpers_7b927667,node_agent_mmd_orchestration_layer_orchestration_he_p_fc778c24,node_agent_mmd_tool_layer_toollayer_he_phase_exit_cor_af016160,ralph_runtime_73d63c0e,observed_skill_usage_ed7d5930,closure_evidence_aaa31467,pr_creator_dc6b1ea4,client_948fe603,init_output_360dce91,scaffold_ci_templates_2afd6392,scaffold_codex_environment_templates_334fbbed,scaffold_config_templates_4b80ce53,node_agent_mmd_orchestration_layer_orchestration_scaf_c9a90c2f,node_agent_mmd_tool_layer_toollayer_scaffold_environm_c1afc013,node_agent_mmd_memory_vector_layer_memorylayer_scaffo_12b42341,scaffold_github_actions_pr_pipeline_renderer_1ee18de5,scaffold_github_actions_pr_pipeline_template_e2b85f62,scaffold_package_command_template_80e32e83,scaffold_release_private_npm_template_075499f8,node_agent_mmd_llm_model_layer_llmlayer_constants_con_c9bd3f6c,node_agent_mmd_tool_layer_toollayer_constants_constan_9d71b829,index_9_32dd4d91,validation_common_6161e48b,node_agent_mmd_tool_layer_toollayer_cli_cli_2_1_32d9eeaf,node_agent_mmd_memory_vector_layer_memorylayer_cli_cl_1f1f89ab,node_agent_mmd_tool_layer_toollayer_metrics_tracker_m_4c9237d8,node_agent_mmd_memory_vector_layer_memorylayer_metric_12562178,normalise_renderer_85f2e563,evaluation_engine_core_e054fe49,node_agent_mmd_orchestration_layer_orchestration_tool_cc43149f,node_agent_mmd_tool_layer_toollayer_tooling_baseline__61e66e9f,node_agent_mmd_memory_vector_layer_memorylayer_toolin_14f86b00,node_agent_mmd_orchestration_layer_orchestration_prom_d17b4de2,node_agent_mmd_llm_model_layer_llmlayer_prompt_contex_81f9066a,node_agent_mmd_tool_layer_toollayer_prompt_context_dr_a2772f2b,node_agent_mmd_memory_vector_layer_memorylayer_prompt_ae34fc43,node_agent_mmd_orchestration_layer_orchestration_prom_77088997,node_agent_mmd_llm_model_layer_llmlayer_prompt_contex_e5066b88,node_agent_mmd_tool_layer_toollayer_prompt_context_dr_bd82da46,node_agent_mmd_memory_vector_layer_memorylayer_prompt_efd77624,replay_packet_a1293f88,index_14_d982116c,review_lifecycle_contract_e5447221,review_lifecycle_89afa64c,node_agent_mmd_tool_layer_toollayer_runtime_card_code_3636ceac,node_agent_mmd_memory_vector_layer_memorylayer_runtim_a5d23e7f,runtime_card_codex_runtime_0655e230,runtime_evidence_bundle_d471a232,types_36_674380ec,index_17_642943a2,projection_1b250ea1,types_38_e8efcd57,validation_7_c4e6d8b6 toolNode
  classDef memNode fill:#555,color:#fff
  class node_agent_mmd_orchestration_layer_orchestration_chec_7fd47f5c,node_agent_mmd_llm_model_layer_llmlayer_check_steerin_0e1bf90d,node_agent_mmd_tool_layer_toollayer_check_steering_fe_eafecf3a,node_agent_mmd_memory_vector_layer_memorylayer_check__64c86928,normalize_workflow_contracts_8701f1c8,sync_codex_preflight_7e7a8dc2,test_harness_upgrade_matrix_84113c4e,node_agent_mmd_llm_model_layer_llmlayer_validate_prom_9880f764,node_agent_mmd_memory_vector_layer_memorylayer_valida_c52c4db8,validate_runtime_packet_schemas_bc3ba8ec,node_agent_mmd_llm_model_layer_llmlayer_validate_syst_5636156e,node_agent_mmd_memory_vector_layer_memorylayer_valida_db599a97,validate_workflow_contracts_33dc063c,branch_protect_core_a8feb0fd,node_agent_mmd_tool_layer_toollayer_ci_migrate_core_c_049f8460,node_agent_mmd_memory_vector_layer_memorylayer_ci_mig_0cd5b1a4,context_health_80bb7da9,node_agent_mmd_llm_model_layer_llmlayer_context_conte_ad2dfbd9,node_agent_mmd_memory_vector_layer_memorylayer_contex_78ceaaa9,docs_gate_core_eb9b6c18,node_agent_mmd_llm_model_layer_llmlayer_index_context_1041bd11,node_agent_mmd_memory_vector_layer_memorylayer_index__6f3402d0,local_memory_preflight_dcc36c42,memory_gate_a577a506,node_agent_mmd_orchestration_layer_orchestration_next_5393fba1,node_agent_mmd_memory_vector_layer_memorylayer_next_r_7feb80cc,pattern_scope_siblings_43abe000,review_context_ca6cf81d,node_agent_mmd_tool_layer_toollayer_review_gate_core__7704598b,node_agent_mmd_memory_vector_layer_memorylayer_review_5bee9816,node_agent_mmd_llm_model_layer_llmlayer_search_search_66b9a911,node_agent_mmd_memory_vector_layer_memorylayer_search_ac35cb7e,session_context_e5ec72c0,node_agent_mmd_orchestration_layer_orchestration_tool_acfe0c01,node_agent_mmd_memory_vector_layer_memorylayer_toolin_a1185b8f,run_local_memory_preflight_36e92808,node_agent_mmd_orchestration_layer_orchestration_chec_0550c395,node_agent_mmd_tool_layer_toollayer_checker_checker_2_453d593b,node_agent_mmd_memory_vector_layer_memorylayer_checke_a583eb4f,node_agent_mmd_orchestration_layer_orchestration_cont_61b3b9c9,node_agent_mmd_llm_model_layer_llmlayer_context_healt_cfc0bfa8,node_agent_mmd_memory_vector_layer_memorylayer_contex_3204aa0e,node_agent_mmd_orchestration_layer_orchestration_type_4f906dcc,node_agent_mmd_memory_vector_layer_memorylayer_types__9ad640a0,branch_protect_sync_570adb18,node_agent_mmd_tool_layer_toollayer_command_capabilit_e97a4615,node_agent_mmd_memory_vector_layer_memorylayer_comman_c72a5d05,node_agent_mmd_orchestration_layer_orchestration_comm_1f8cc24c,node_agent_mmd_llm_model_layer_llmlayer_command_specs_782af9fa,node_agent_mmd_memory_vector_layer_memorylayer_comman_111eb454,local_memory_preflight_command_spec_9e23f3ce,memory_gate_command_spec_dc9001a9,review_gate_command_spec_3187376a,session_context_command_spec_973afbb1,node_agent_mmd_llm_model_layer_llmlayer_constants_con_c9bd3f6c,node_agent_mmd_memory_vector_layer_memorylayer_consta_702d3f46,context_compact_policy_3dcaf95d,node_agent_mmd_llm_model_layer_llmlayer_index_index_1_02e160ff,node_agent_mmd_memory_vector_layer_memorylayer_index__752bc61e,node_agent_mmd_llm_model_layer_llmlayer_indexer_index_4f4deef5,node_agent_mmd_memory_vector_layer_memorylayer_indexe_93e6d86f,init_error_5c7dd49f,lexical_fallback_723e2b3e,node_agent_mmd_llm_model_layer_llmlayer_ollama_ollama_968b23fa,node_agent_mmd_memory_vector_layer_memorylayer_ollama_6d51be16,rollout_a4fa034c,sources_878a52fc,store_824d80d7,node_agent_mmd_llm_model_layer_llmlayer_sync_contract_9f3cc8c1,node_agent_mmd_memory_vector_layer_memorylayer_sync_c_e43418bc,types_8_f6283648,harness_run_context_ac7c77a9,index_4_013aa0e3,json_schema_core_96d7e328,node_agent_mmd_orchestration_layer_orchestration_poli_3270b55d,node_agent_mmd_tool_layer_toollayer_policy_validators_af136abf,node_agent_mmd_memory_vector_layer_memorylayer_policy_1944de42,node_agent_mmd_orchestration_layer_orchestration_type_7cf81261,node_agent_mmd_tool_layer_toollayer_types_core_types__6c8319b6,node_agent_mmd_memory_vector_layer_memorylayer_types__83f369fa,node_agent_mmd_orchestration_layer_orchestration_vali_d9fe99e6,node_agent_mmd_tool_layer_toollayer_validator_core_va_6ef6131f,node_agent_mmd_memory_vector_layer_memorylayer_valida_41034356,archive_candidates_scanner_d0931789,archive_candidates_dc0e40e1,docs_task_eval_contract_79347457,docs_task_eval_fixtures_44902755,node_agent_mmd_orchestration_layer_orchestration_init_2a9c3ecb,node_agent_mmd_memory_vector_layer_memorylayer_init_m_333d02c5,node_agent_mmd_orchestration_layer_orchestration_proj_6ab6f60f,node_agent_mmd_memory_vector_layer_memorylayer_projec_3ae304d9,scaffold_diagram_templates_dd88e83c,node_agent_mmd_orchestration_layer_orchestration_scaf_12cc07db,node_agent_mmd_memory_vector_layer_memorylayer_scaffo_5fd73b94,node_agent_mmd_orchestration_layer_orchestration_scaf_c9a90c2f,node_agent_mmd_tool_layer_toollayer_scaffold_environm_c1afc013,node_agent_mmd_memory_vector_layer_memorylayer_scaffo_12b42341,scaffold_hook_templates_8c74ab50,scaffold_root_command_templates_404fed7f,scaffold_script_template_registry_69312d4e,scaffold_shell_templates_0ad0f915,scaffold_surfaces_12d6494e,node_agent_mmd_orchestration_layer_orchestration_scaf_ff8f92f6,node_agent_mmd_memory_vector_layer_memorylayer_scaffo_a86eece1,scaffold_workflow_template_92310587,eval_seed_5699fd3e,index_10_f6785a46,review_context_1_e3afed15,memory_gate_1_265164ac,branch_enforcer_acb749cd,cli_args_5_09ea29f0,node_agent_mmd_tool_layer_toollayer_cli_cli_2_1_32d9eeaf,node_agent_mmd_memory_vector_layer_memorylayer_cli_cl_1f1f89ab,node_agent_mmd_tool_layer_toollayer_metrics_tracker_m_4c9237d8,node_agent_mmd_memory_vector_layer_memorylayer_metric_12562178,types_19_eb4ad5f0,validator_5_b19ac2be,node_agent_mmd_orchestration_layer_orchestration_clas_899b821a,node_agent_mmd_memory_vector_layer_memorylayer_classi_1ebbf5ff,node_agent_mmd_orchestration_layer_orchestration_tool_cc43149f,node_agent_mmd_tool_layer_toollayer_tooling_baseline__61e66e9f,node_agent_mmd_memory_vector_layer_memorylayer_toolin_14f86b00,claim_helpers_20dc8387,types_24_c63dc1a7,local_memory_smoke_1175abfc,local_memory_0db17ecc,performance_overload_c685bfcf,node_agent_mmd_orchestration_layer_orchestration_sugg_85c5ebe3,node_agent_mmd_memory_vector_layer_memorylayer_sugges_267f408d,node_agent_mmd_orchestration_layer_orchestration_prom_d17b4de2,node_agent_mmd_llm_model_layer_llmlayer_prompt_contex_81f9066a,node_agent_mmd_tool_layer_toollayer_prompt_context_dr_a2772f2b,node_agent_mmd_memory_vector_layer_memorylayer_prompt_ae34fc43,node_agent_mmd_orchestration_layer_orchestration_prom_77088997,node_agent_mmd_llm_model_layer_llmlayer_prompt_contex_e5066b88,node_agent_mmd_tool_layer_toollayer_prompt_context_dr_bd82da46,node_agent_mmd_memory_vector_layer_memorylayer_prompt_efd77624,node_agent_mmd_llm_model_layer_llmlayer_prompt_contex_6426acc2,node_agent_mmd_memory_vector_layer_memorylayer_prompt_55c0d605,types_31_eb363e20,policy_1_fc4198db,node_agent_mmd_tool_layer_toollayer_runtime_card_code_3636ceac,node_agent_mmd_memory_vector_layer_memorylayer_runtim_a5d23e7f,cli_12_01c06c37,collector_0736fd5b,types_34_85e6a0bb,overload_guard_2748c559 memNode
